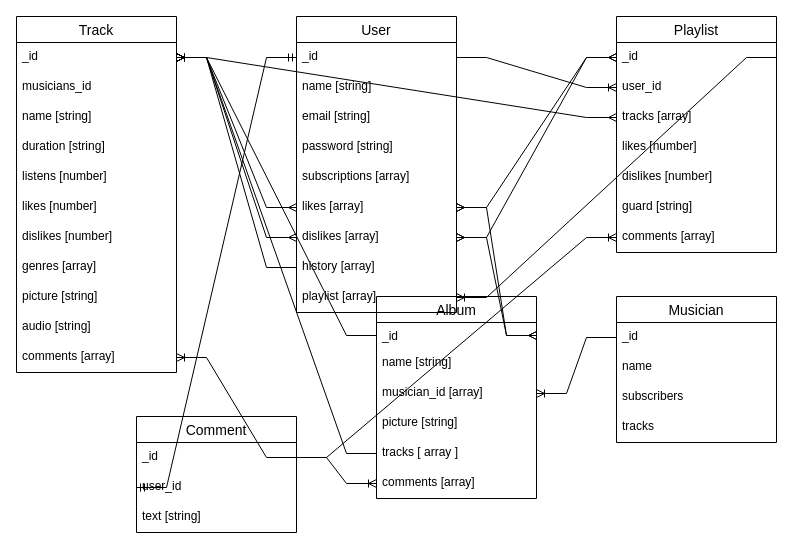
This is schemas/betify.drawio from tusvel/betify_backend, a draw.io file, before an edit. Source tidied: cells renumbered, new cells numbered last; positions are measured from the earlier drawing's top-left corner, leaving out a move shared by most shapes. Both pictures are drawn from the tidied source at 100%, with x=0, y=0 at pixel (16, 16).
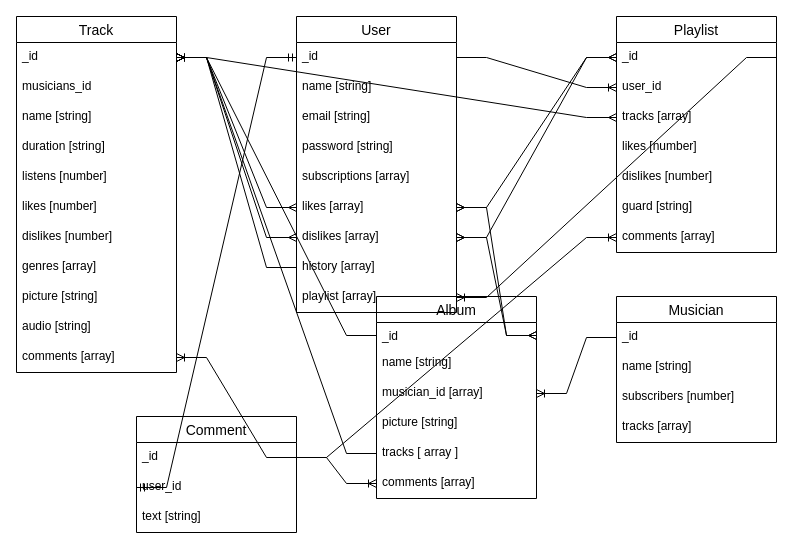
The same page after the edit.

Commit message (it also covers changes not shown here):
Description musician model

The change refers to these unchanged cells:
```xml
<mxCell id="14" value="Musician" style="swimlane;fontStyle=0;horizontal=1;startSize=26;align=center;fontSize=14;" parent="1" vertex="1">
  <mxGeometry x="600" y="280" width="160" height="146" as="geometry" />
</mxCell>
```

What changed in the source:
```diff
@@
-    <mxCell id="16" value="name" style="text;strokeColor=none;fillColor=none;spacingLeft=4;spacingRight=4;overflow=hidden;fontSize=12;" parent="14" vertex="1">
+    <mxCell id="16" value="name [string]" style="text;strokeColor=none;fillColor=none;spacingLeft=4;spacingRight=4;overflow=hidden;fontSize=12;" parent="14" vertex="1">
       <mxGeometry y="56" width="160" height="30" as="geometry" />
     </mxCell>
-    <mxCell id="17" value="subscribers" style="text;strokeColor=none;fillColor=none;spacingLeft=4;spacingRight=4;overflow=hidden;fontSize=12;" parent="14" vertex="1">
+    <mxCell id="17" value="subscribers [number]" style="text;strokeColor=none;fillColor=none;spacingLeft=4;spacingRight=4;overflow=hidden;fontSize=12;" parent="14" vertex="1">
       <mxGeometry y="86" width="160" height="30" as="geometry" />
     </mxCell>
-    <mxCell id="18" value="tracks" style="text;strokeColor=none;fillColor=none;spacingLeft=4;spacingRight=4;overflow=hidden;fontSize=12;" parent="14" vertex="1">
+    <mxCell id="18" value="tracks [array]" style="text;strokeColor=none;fillColor=none;spacingLeft=4;spacingRight=4;overflow=hidden;fontSize=12;" parent="14" vertex="1">
       <mxGeometry y="116" width="160" height="30" as="geometry" />
     </mxCell>
```
